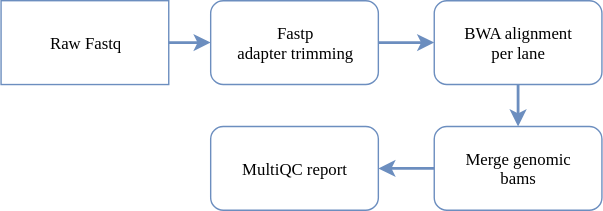
Earlier version of the draw.io export images/genome.svg (imperial-genomics-facility/igf-pipeline-help). Source tidied: cells renumbered, new cells last; positions are measured from the earlier drawing's top-left corner, leaving out a move shared by most shapes.
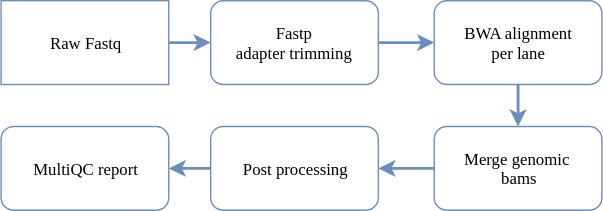
After the commit.

Change to the diagram source:
```diff
@@ -23,11 +23,17 @@
     <mxCell id="8" style="edgeStyle=orthogonalEdgeStyle;rounded=0;html=1;jettySize=auto;strokeWidth=2;fillColor=#dae8fc;strokeColor=#6c8ebf;" parent="1" edge="1" source="9" target="10">
       <mxGeometry relative="1" as="geometry" />
     </mxCell>
-    <mxCell id="9" value="&lt;font face=&quot;Lucida Console&quot;&gt;Merge genomic &lt;br&gt;bams&lt;/font&gt;" style="rounded=1;whiteSpace=wrap;html=1;fillColor=none;strokeColor=#6c8ebf;" parent="1" vertex="1">
+    <mxCell id="9" value="&lt;font face=&quot;Lucida Console&quot;&gt;&lt;span&gt;Merge genomic&amp;nbsp;&lt;/span&gt;&lt;br&gt;&lt;span&gt;bams&lt;/span&gt;&lt;/font&gt;" style="rounded=1;whiteSpace=wrap;html=1;fillColor=none;strokeColor=#6c8ebf;" parent="1" vertex="1">
       <mxGeometry x="310" y="90" width="120" height="60" as="geometry" />
     </mxCell>
+    <mxCell id="11" style="edgeStyle=orthogonalEdgeStyle;rounded=0;html=1;jettySize=auto;strokeWidth=2;fillColor=#dae8fc;strokeColor=#6c8ebf;" parent="1" edge="1" source="10" target="12">
+      <mxGeometry relative="1" as="geometry" />
+    </mxCell>
-    <mxCell id="10" value="&lt;font face=&quot;Lucida Console&quot;&gt;MultiQC report&lt;/font&gt;" style="rounded=1;whiteSpace=wrap;html=1;fillColor=none;strokeColor=#6c8ebf;" parent="1" vertex="1">
+    <mxCell id="10" value="&lt;font face=&quot;Lucida Console&quot;&gt;Post processing&lt;/font&gt;" style="rounded=1;whiteSpace=wrap;html=1;fillColor=none;strokeColor=#6c8ebf;" parent="1" vertex="1">
       <mxGeometry x="150" y="90" width="120" height="60" as="geometry" />
     </mxCell>
+    <mxCell id="12" value="&lt;span&gt;&lt;font face=&quot;Lucida Console&quot;&gt;MultiQC report&lt;/font&gt;&lt;/span&gt;" style="rounded=1;whiteSpace=wrap;html=1;fillColor=none;strokeColor=#6c8ebf;" parent="1" vertex="1">
+      <mxGeometry y="90" width="120" height="60" as="geometry" />
+    </mxCell>
   </root>
 </mxGraphModel>
```
